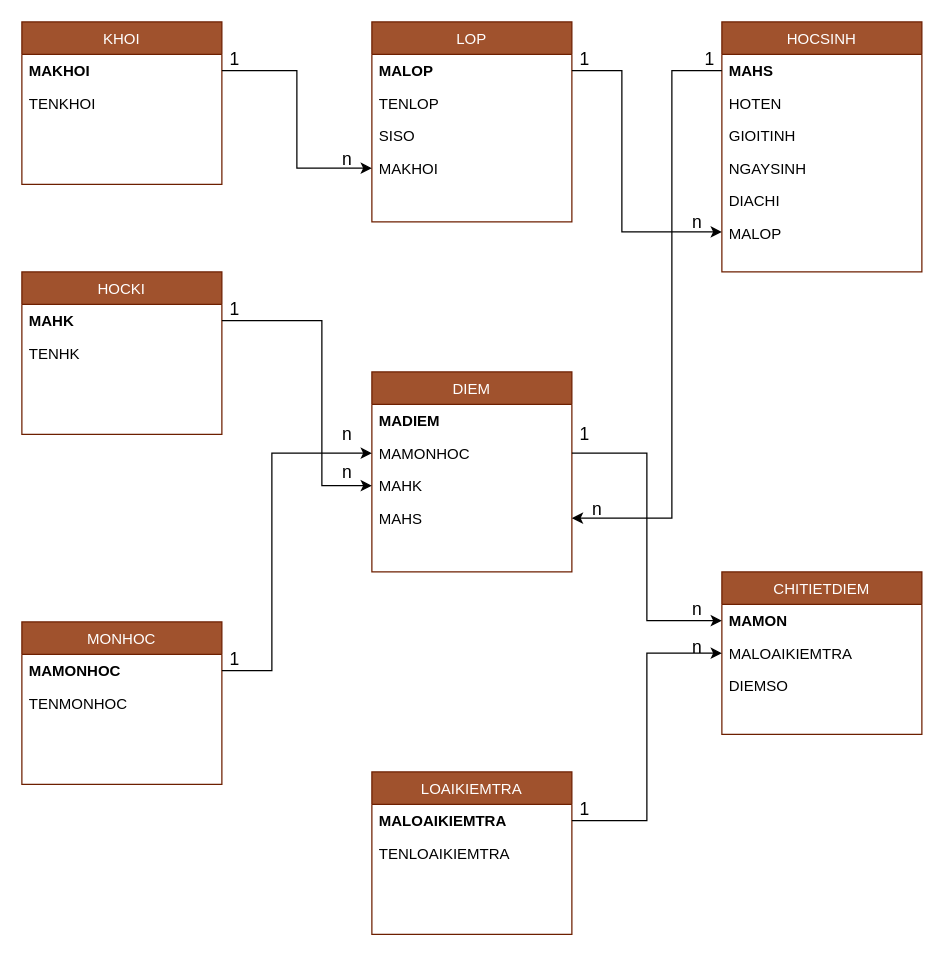
Earlier version of the draw.io diagram logic.drawio (thaodtt09/test). Source tidied: cells renumbered, new cells numbered last; positions are measured from the earlier drawing's top-left corner, leaving out a move shared by most shapes. Both pictures are drawn from the tidied source at 125%, with x=0, y=0 at pixel (21, 21).
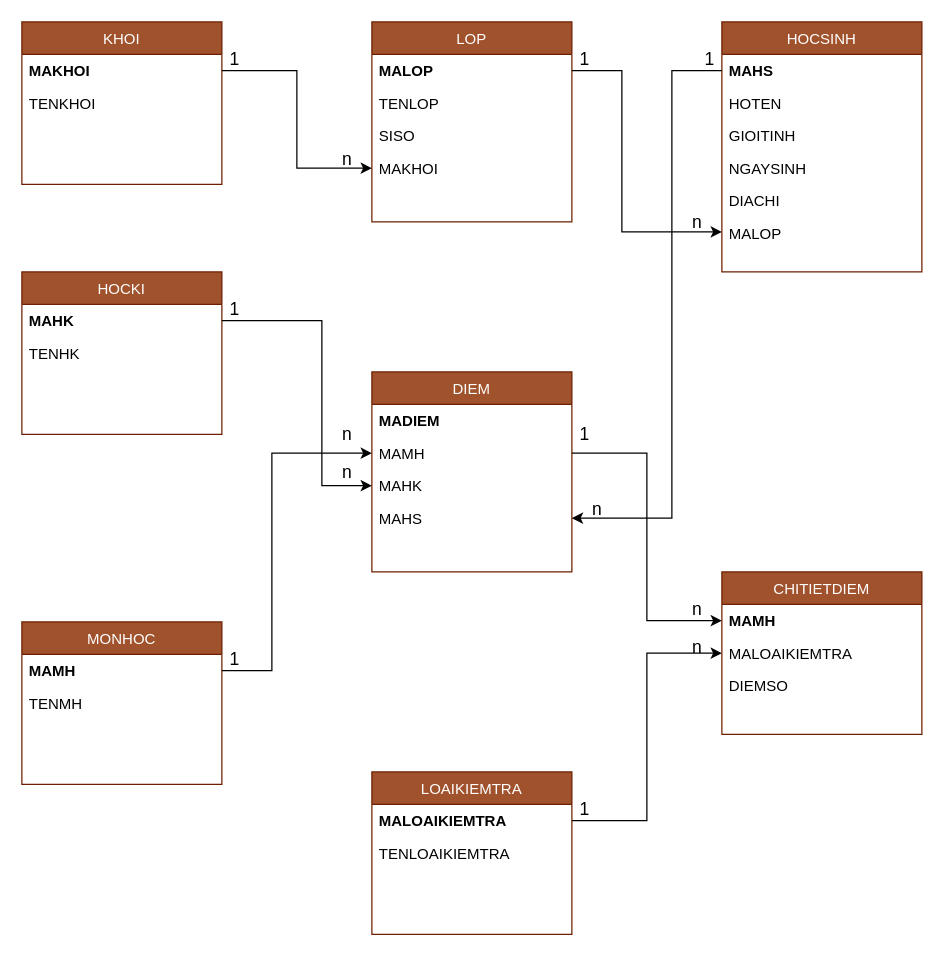
The same page after the edit.

Unchanged cells that the change refers to:
```xml
<mxCell id="9" value="DIEM" style="swimlane;fontStyle=0;align=center;verticalAlign=top;horizontal=1;startSize=26;rounded=0;shadow=0;strokeWidth=1;fillColor=#a0522d;strokeColor=#6D1F00;fontColor=#ffffff;" parent="1" vertex="1">
  <mxGeometry x="280" y="280" width="160" height="160" as="geometry" />
</mxCell>
<mxCell id="22" value="MONHOC" style="swimlane;fontStyle=0;align=center;verticalAlign=top;horizontal=1;startSize=26;rounded=0;shadow=0;strokeWidth=1;fillColor=#a0522d;strokeColor=#6D1F00;fontColor=#ffffff;" parent="1" vertex="1">
  <mxGeometry y="480" width="160" height="130" as="geometry" />
</mxCell>
<mxCell id="28" value="CHITIETDIEM" style="swimlane;fontStyle=0;align=center;verticalAlign=top;horizontal=1;startSize=26;rounded=0;shadow=0;strokeWidth=1;fillColor=#a0522d;strokeColor=#6D1F00;fontColor=#ffffff;" parent="1" vertex="1">
  <mxGeometry x="560" y="440" width="160" height="130" as="geometry" />
</mxCell>
```

Diff of the diagram source:
```diff
@@
-    <mxCell id="11" value="MAMONHOC" style="text;align=left;verticalAlign=top;spacingLeft=4;spacingRight=4;overflow=hidden;points=[[0,0.5],[1,0.5]];portConstraint=eastwest;rounded=0;shadow=0;html=0;" parent="9" vertex="1">
+    <mxCell id="11" value="MAMH" style="text;align=left;verticalAlign=top;spacingLeft=4;spacingRight=4;overflow=hidden;points=[[0,0.5],[1,0.5]];portConstraint=eastwest;rounded=0;shadow=0;html=0;" parent="9" vertex="1">
       <mxGeometry y="52" width="160" height="26" as="geometry" />
     </mxCell>
@@
-    <mxCell id="23" value="MAMONHOC" style="text;align=left;verticalAlign=top;spacingLeft=4;spacingRight=4;overflow=hidden;points=[[0,0.5],[1,0.5]];portConstraint=eastwest;fontStyle=1;" parent="22" vertex="1">
+    <mxCell id="23" value="MAMH" style="text;align=left;verticalAlign=top;spacingLeft=4;spacingRight=4;overflow=hidden;points=[[0,0.5],[1,0.5]];portConstraint=eastwest;fontStyle=1;" parent="22" vertex="1">
       <mxGeometry y="26" width="160" height="26" as="geometry" />
     </mxCell>
-    <mxCell id="24" value="TENMONHOC" style="text;align=left;verticalAlign=top;spacingLeft=4;spacingRight=4;overflow=hidden;rounded=0;shadow=0;html=0;" parent="22" vertex="1">
+    <mxCell id="24" value="TENMH" style="text;align=left;verticalAlign=top;spacingLeft=4;spacingRight=4;overflow=hidden;rounded=0;shadow=0;html=0;" parent="22" vertex="1">
       <mxGeometry y="52" width="160" height="26" as="geometry" />
     </mxCell>
@@
-    <mxCell id="29" value="MAMON" style="text;align=left;verticalAlign=top;spacingLeft=4;spacingRight=4;overflow=hidden;points=[[0,0.5],[1,0.5]];portConstraint=eastwest;fontStyle=1;" parent="28" vertex="1">
+    <mxCell id="29" value="MAMH" style="text;align=left;verticalAlign=top;spacingLeft=4;spacingRight=4;overflow=hidden;points=[[0,0.5],[1,0.5]];portConstraint=eastwest;fontStyle=1;" parent="28" vertex="1">
       <mxGeometry y="26" width="160" height="26" as="geometry" />
     </mxCell>
```
